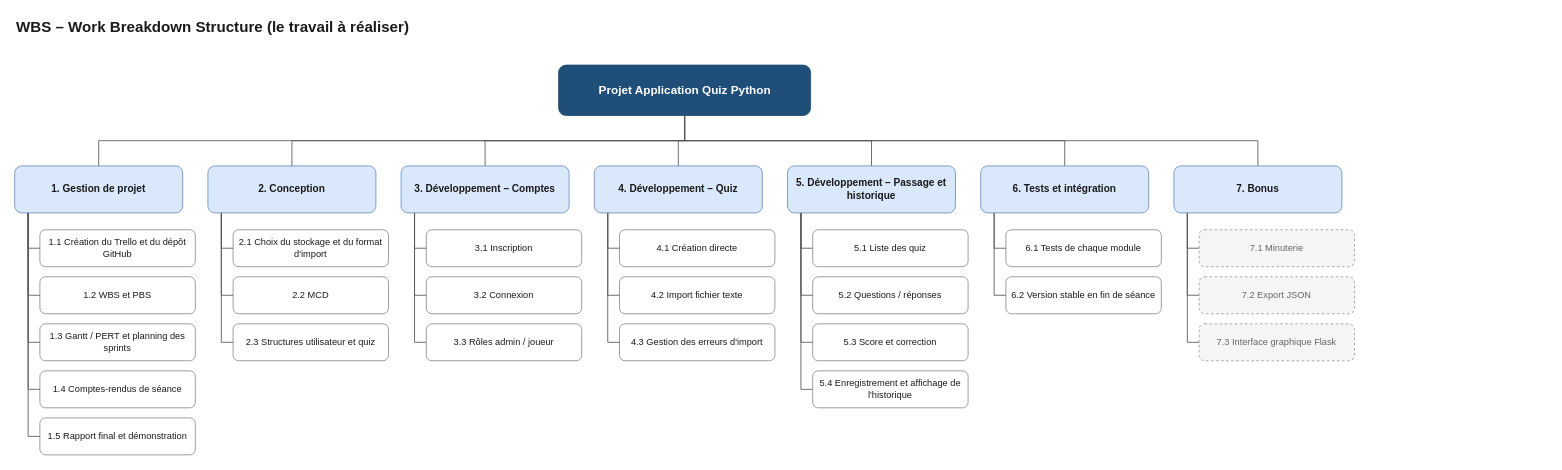
Before: docs/comptes-rendus/WBS_Application_Quiz.drawio in ohn-tech/proj531-quiz-groupe4, a draw.io diagram. Source tidied: cells renumbered, new cells numbered last; positions are measured from the earlier drawing's top-left corner, leaving out a move shared by most shapes. Both pictures are drawn from the tidied source at 84%, with x=0, y=0 at pixel (14, 14).
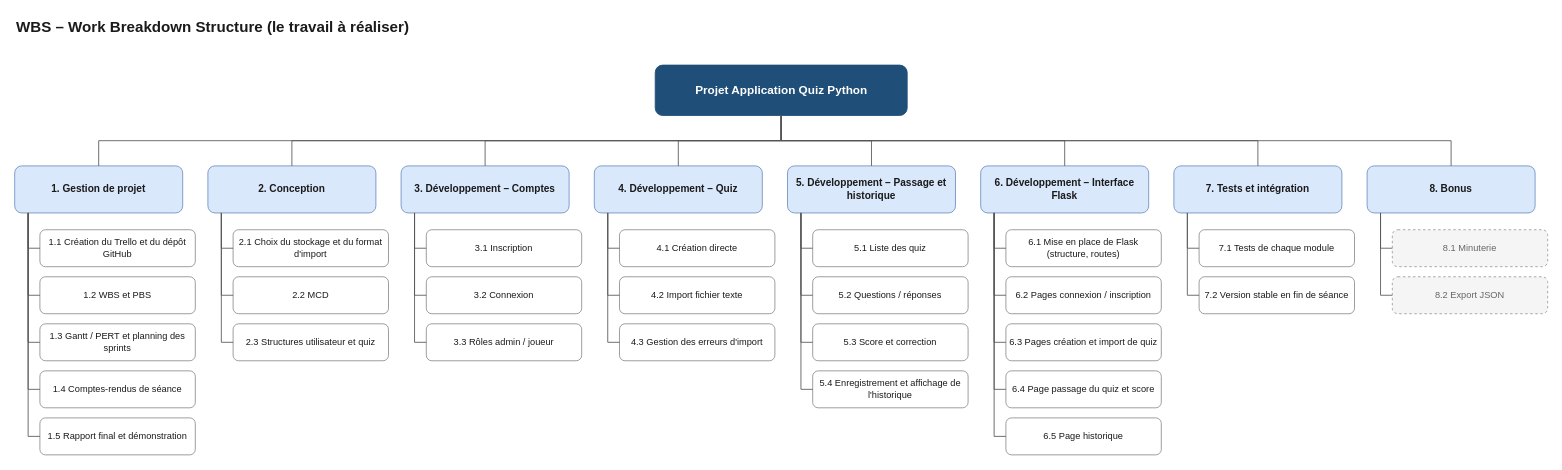
Above is the later version.

Commit message:
Update WBS diagram for Application Quiz project

What changed in the source:
```diff
@@
     <mxCell id="3" value="Projet Application Quiz Python" style="rounded=1;whiteSpace=wrap;html=1;fillColor=#1f4e79;strokeColor=#1f4e79;fontColor=#ffffff;fontStyle=1;fontSize=14;" parent="1" vertex="1">
-      <mxGeometry x="647.5" y="60" width="300" height="60" as="geometry" />
+      <mxGeometry x="762.5" y="60" width="300" height="60" as="geometry" />
     </mxCell>
@@
-    <mxCell id="27" value="6. Tests et intégration" style="rounded=1;whiteSpace=wrap;html=1;fillColor=#dae8fc;strokeColor=#6c8ebf;fontColor=#1a1a1a;fontStyle=1;fontSize=12;" parent="1" vertex="1">
+    <mxCell id="27" value="6. Développement – Interface Flask" style="rounded=1;whiteSpace=wrap;html=1;fillColor=#dae8fc;strokeColor=#6c8ebf;fontColor=#1a1a1a;fontStyle=1;fontSize=12;" parent="1" vertex="1">
       <mxGeometry x="1150" y="180" width="200" height="56" as="geometry" />
     </mxCell>
-    <mxCell id="28" value="6.1 Tests de chaque module" style="rounded=1;whiteSpace=wrap;html=1;fillColor=#ffffff;strokeColor=#8c8c8c;fontColor=#1a1a1a;fontSize=11;" parent="1" vertex="1">
+    <mxCell id="28" value="6.1 Mise en place de Flask (structure, routes)" style="rounded=1;whiteSpace=wrap;html=1;fillColor=#ffffff;strokeColor=#8c8c8c;fontColor=#1a1a1a;fontSize=11;" parent="1" vertex="1">
       <mxGeometry x="1180" y="256" width="185" height="44" as="geometry" />
     </mxCell>
-    <mxCell id="29" value="6.2 Version stable en fin de séance" style="rounded=1;whiteSpace=wrap;html=1;fillColor=#ffffff;strokeColor=#8c8c8c;fontColor=#1a1a1a;fontSize=11;" parent="1" vertex="1">
+    <mxCell id="29" value="6.2 Pages connexion / inscription" style="rounded=1;whiteSpace=wrap;html=1;fillColor=#ffffff;strokeColor=#8c8c8c;fontColor=#1a1a1a;fontSize=11;" parent="1" vertex="1">
       <mxGeometry x="1180" y="312" width="185" height="44" as="geometry" />
     </mxCell>
+    <mxCell id="64" value="6.3 Pages création et import de quiz" style="rounded=1;whiteSpace=wrap;html=1;fillColor=#ffffff;strokeColor=#8c8c8c;fontColor=#1a1a1a;fontSize=11;" parent="1" vertex="1">
+      <mxGeometry x="1180" y="368" width="185" height="44" as="geometry" />
+    </mxCell>
+    <mxCell id="65" value="6.4 Page passage du quiz et score" style="rounded=1;whiteSpace=wrap;html=1;fillColor=#ffffff;strokeColor=#8c8c8c;fontColor=#1a1a1a;fontSize=11;" parent="1" vertex="1">
+      <mxGeometry x="1180" y="424" width="185" height="44" as="geometry" />
+    </mxCell>
+    <mxCell id="66" value="6.5 Page historique" style="rounded=1;whiteSpace=wrap;html=1;fillColor=#ffffff;strokeColor=#8c8c8c;fontColor=#1a1a1a;fontSize=11;" parent="1" vertex="1">
+      <mxGeometry x="1180" y="480" width="185" height="44" as="geometry" />
+    </mxCell>
-    <mxCell id="30" value="7. Bonus" style="rounded=1;whiteSpace=wrap;html=1;fillColor=#dae8fc;strokeColor=#6c8ebf;fontColor=#1a1a1a;fontStyle=1;fontSize=12;" parent="1" vertex="1">
+    <mxCell id="30" value="7. Tests et intégration" style="rounded=1;whiteSpace=wrap;html=1;fillColor=#dae8fc;strokeColor=#6c8ebf;fontColor=#1a1a1a;fontStyle=1;fontSize=12;" parent="1" vertex="1">
       <mxGeometry x="1380" y="180" width="200" height="56" as="geometry" />
     </mxCell>
-    <mxCell id="31" value="7.1 Minuterie" style="rounded=1;whiteSpace=wrap;html=1;fillColor=#f5f5f5;strokeColor=#999999;dashed=1;fontColor=#666666;fontSize=11;" parent="1" vertex="1">
+    <mxCell id="31" value="7.1 Tests de chaque module" style="rounded=1;whiteSpace=wrap;html=1;fillColor=#ffffff;strokeColor=#8c8c8c;fontColor=#1a1a1a;fontSize=11;" parent="1" vertex="1">
       <mxGeometry x="1410" y="256" width="185" height="44" as="geometry" />
     </mxCell>
-    <mxCell id="32" value="7.2 Export JSON" style="rounded=1;whiteSpace=wrap;html=1;fillColor=#f5f5f5;strokeColor=#999999;dashed=1;fontColor=#666666;fontSize=11;" parent="1" vertex="1">
+    <mxCell id="32" value="7.2 Version stable en fin de séance" style="rounded=1;whiteSpace=wrap;html=1;fillColor=#ffffff;strokeColor=#8c8c8c;fontColor=#1a1a1a;fontSize=11;" parent="1" vertex="1">
       <mxGeometry x="1410" y="312" width="185" height="44" as="geometry" />
     </mxCell>
-    <mxCell id="33" value="7.3 Interface graphique Flask" style="rounded=1;whiteSpace=wrap;html=1;fillColor=#f5f5f5;strokeColor=#999999;dashed=1;fontColor=#666666;fontSize=11;" parent="1" vertex="1">
-      <mxGeometry x="1410" y="368" width="185" height="44" as="geometry" />
-    </mxCell>
+    <mxCell id="67" value="8. Bonus" style="rounded=1;whiteSpace=wrap;html=1;fillColor=#dae8fc;strokeColor=#6c8ebf;fontColor=#1a1a1a;fontStyle=1;fontSize=12;" parent="1" vertex="1">
+      <mxGeometry x="1610" y="180" width="200" height="56" as="geometry" />
+    </mxCell>
+    <mxCell id="68" value="8.1 Minuterie" style="rounded=1;whiteSpace=wrap;html=1;fillColor=#f5f5f5;strokeColor=#999999;dashed=1;fontColor=#666666;fontSize=11;" parent="1" vertex="1">
+      <mxGeometry x="1640" y="256" width="185" height="44" as="geometry" />
+    </mxCell>
+    <mxCell id="69" value="8.2 Export JSON" style="rounded=1;whiteSpace=wrap;html=1;fillColor=#f5f5f5;strokeColor=#999999;dashed=1;fontColor=#666666;fontSize=11;" parent="1" vertex="1">
+      <mxGeometry x="1640" y="312" width="185" height="44" as="geometry" />
+    </mxCell>
@@
-    <mxCell id="60" style="edgeStyle=orthogonalEdgeStyle;rounded=0;html=1;endArrow=none;strokeColor=#555555;exitX=0.5;exitY=1;exitDx=0;exitDy=0;entryX=0.5;entryY=0;entryDx=0;entryDy=0;" parent="1" edge="1" source="3" target="30">
+    <mxCell id="60" style="edgeStyle=orthogonalEdgeStyle;rounded=0;html=1;endArrow=none;strokeColor=#555555;exitX=0.08;exitY=1;exitDx=0;exitDy=0;entryX=0;entryY=0.5;entryDx=0;entryDy=0;" parent="1" edge="1" source="27" target="64">
       <mxGeometry relative="1" as="geometry" />
     </mxCell>
-    <mxCell id="61" style="edgeStyle=orthogonalEdgeStyle;rounded=0;html=1;endArrow=none;strokeColor=#555555;exitX=0.08;exitY=1;exitDx=0;exitDy=0;entryX=0;entryY=0.5;entryDx=0;entryDy=0;" parent="1" edge="1" source="30" target="31">
+    <mxCell id="61" style="edgeStyle=orthogonalEdgeStyle;rounded=0;html=1;endArrow=none;strokeColor=#555555;exitX=0.08;exitY=1;exitDx=0;exitDy=0;entryX=0;entryY=0.5;entryDx=0;entryDy=0;" parent="1" edge="1" source="27" target="65">
       <mxGeometry relative="1" as="geometry" />
     </mxCell>
-    <mxCell id="62" style="edgeStyle=orthogonalEdgeStyle;rounded=0;html=1;endArrow=none;strokeColor=#555555;exitX=0.08;exitY=1;exitDx=0;exitDy=0;entryX=0;entryY=0.5;entryDx=0;entryDy=0;" parent="1" edge="1" source="30" target="32">
+    <mxCell id="62" style="edgeStyle=orthogonalEdgeStyle;rounded=0;html=1;endArrow=none;strokeColor=#555555;exitX=0.08;exitY=1;exitDx=0;exitDy=0;entryX=0;entryY=0.5;entryDx=0;entryDy=0;" parent="1" edge="1" source="27" target="66">
       <mxGeometry relative="1" as="geometry" />
     </mxCell>
-    <mxCell id="63" style="edgeStyle=orthogonalEdgeStyle;rounded=0;html=1;endArrow=none;strokeColor=#555555;exitX=0.08;exitY=1;exitDx=0;exitDy=0;entryX=0;entryY=0.5;entryDx=0;entryDy=0;" parent="1" edge="1" source="30" target="33">
+    <mxCell id="63" style="edgeStyle=orthogonalEdgeStyle;rounded=0;html=1;endArrow=none;strokeColor=#555555;exitX=0.5;exitY=1;exitDx=0;exitDy=0;entryX=0.5;entryY=0;entryDx=0;entryDy=0;" parent="1" edge="1" source="3" target="30">
       <mxGeometry relative="1" as="geometry" />
     </mxCell>
+    <mxCell id="70" style="edgeStyle=orthogonalEdgeStyle;rounded=0;html=1;endArrow=none;strokeColor=#555555;exitX=0.08;exitY=1;exitDx=0;exitDy=0;entryX=0;entryY=0.5;entryDx=0;entryDy=0;" parent="1" edge="1" source="30" target="31">
+      <mxGeometry relative="1" as="geometry" />
+    </mxCell>
+    <mxCell id="71" style="edgeStyle=orthogonalEdgeStyle;rounded=0;html=1;endArrow=none;strokeColor=#555555;exitX=0.08;exitY=1;exitDx=0;exitDy=0;entryX=0;entryY=0.5;entryDx=0;entryDy=0;" parent="1" edge="1" source="30" target="32">
+      <mxGeometry relative="1" as="geometry" />
+    </mxCell>
+    <mxCell id="72" style="edgeStyle=orthogonalEdgeStyle;rounded=0;html=1;endArrow=none;strokeColor=#555555;exitX=0.5;exitY=1;exitDx=0;exitDy=0;entryX=0.5;entryY=0;entryDx=0;entryDy=0;" parent="1" edge="1" source="3" target="67">
+      <mxGeometry relative="1" as="geometry" />
+    </mxCell>
+    <mxCell id="73" style="edgeStyle=orthogonalEdgeStyle;rounded=0;html=1;endArrow=none;strokeColor=#555555;exitX=0.08;exitY=1;exitDx=0;exitDy=0;entryX=0;entryY=0.5;entryDx=0;entryDy=0;" parent="1" edge="1" source="67" target="68">
+      <mxGeometry relative="1" as="geometry" />
+    </mxCell>
+    <mxCell id="74" style="edgeStyle=orthogonalEdgeStyle;rounded=0;html=1;endArrow=none;strokeColor=#555555;exitX=0.08;exitY=1;exitDx=0;exitDy=0;entryX=0;entryY=0.5;entryDx=0;entryDy=0;" parent="1" edge="1" source="67" target="69">
+      <mxGeometry relative="1" as="geometry" />
+    </mxCell>
```
